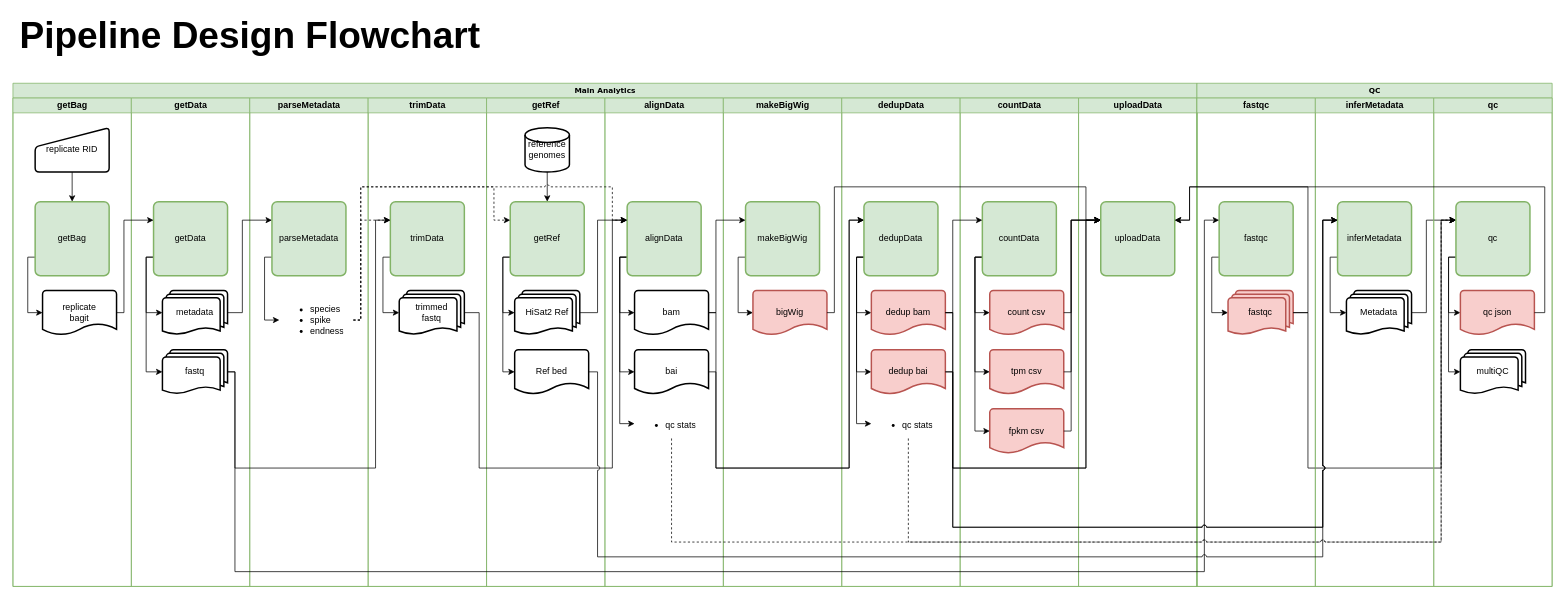
Before: docs/RNA-Seq Pipeline Design Flowchart.drawio in GHAStVHenry/GUDMAP-RBK.rna-seq, a draw.io diagram. Source tidied: cells renumbered, new cells numbered last; positions are measured from the earlier drawing's top-left corner, leaving out a move shared by most shapes. Both pictures are drawn from the tidied source at 74%, with x=0, y=0 at pixel (13, 24).
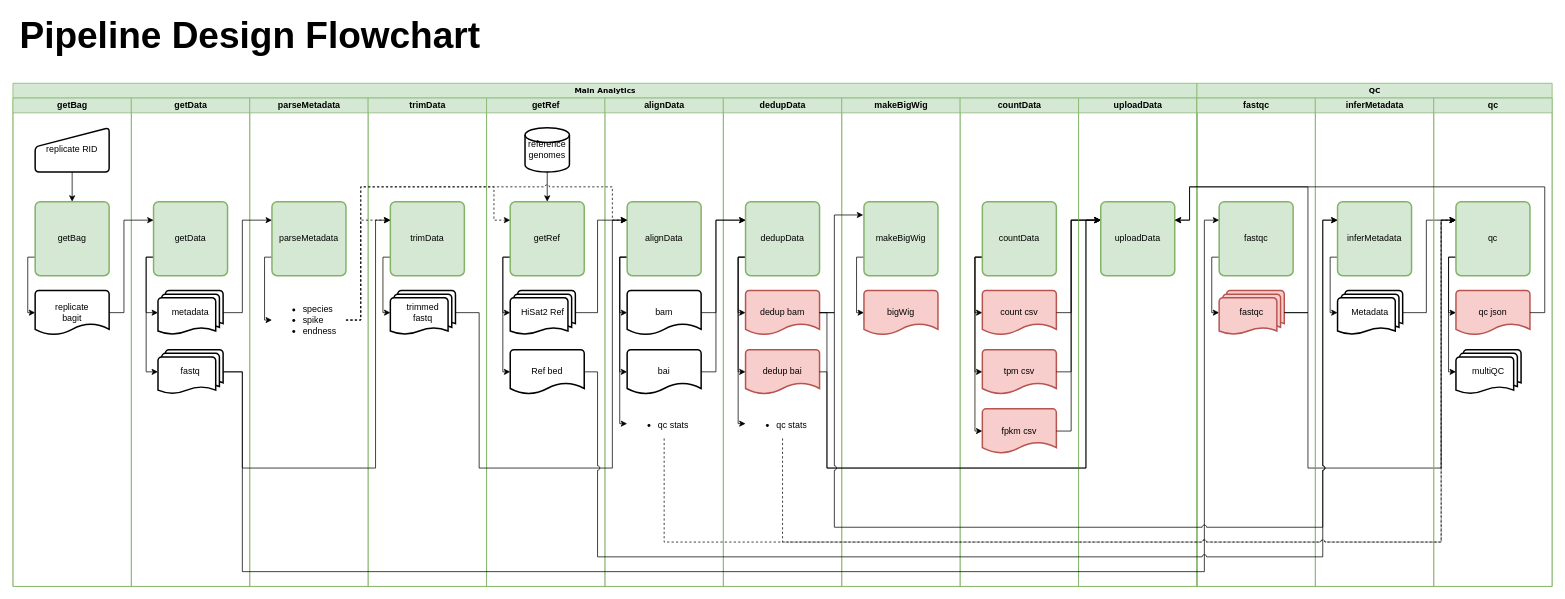
The same diagram, later.

The change refers to these unchanged cells:
```xml
<mxCell id="2" value="&lt;font style=&quot;font-size: 10px&quot;&gt;Main Analytics&lt;/font&gt;" style="swimlane;html=1;startSize=20;rounded=0;shadow=0;labelBackgroundColor=none;strokeWidth=1;fontFamily=Verdana;fontSize=8;align=center;fillColor=#d5e8d4;strokeColor=#82b366;" parent="1" vertex="1">
  <mxGeometry y="80" width="1600" height="680" as="geometry" />
</mxCell>
<mxCell id="3" value="getBag" style="swimlane;html=1;startSize=20;fillColor=#d5e8d4;strokeColor=#82b366;" parent="2" vertex="1">
  <mxGeometry y="20" width="160" height="660" as="geometry" />
</mxCell>
<mxCell id="9" value="getData" style="swimlane;html=1;startSize=20;fillColor=#d5e8d4;strokeColor=#82b366;" parent="2" vertex="1">
  <mxGeometry x="160" y="20" width="160" height="660" as="geometry" />
</mxCell>
<mxCell id="15" value="parseMetadata" style="swimlane;html=1;startSize=20;fillColor=#d5e8d4;strokeColor=#82b366;" parent="2" vertex="1">
  <mxGeometry x="320" y="20" width="160" height="660" as="geometry" />
</mxCell>
<mxCell id="19" value="trimData" style="swimlane;html=1;startSize=20;fillColor=#d5e8d4;strokeColor=#82b366;" parent="2" vertex="1">
  <mxGeometry x="480" y="20" width="160" height="660" as="geometry" />
</mxCell>
<mxCell id="21" value="trimData" style="rounded=1;whiteSpace=wrap;html=1;absoluteArcSize=1;arcSize=14;strokeWidth=2;fillColor=#d5e8d4;strokeColor=#82b366;" parent="19" vertex="1">
  <mxGeometry x="30" y="140" width="100" height="100" as="geometry" />
</mxCell>
<mxCell id="23" value="getRef" style="swimlane;html=1;startSize=20;fillColor=#d5e8d4;strokeColor=#82b366;" parent="2" vertex="1">
  <mxGeometry x="640" y="20" width="160" height="660" as="geometry" />
</mxCell>
<mxCell id="31" value="alignData" style="swimlane;html=1;startSize=20;fillColor=#d5e8d4;strokeColor=#82b366;" parent="2" vertex="1">
  <mxGeometry x="800" y="20" width="160" height="660" as="geometry" />
</mxCell>
<mxCell id="55" value="dedupData" style="rounded=1;whiteSpace=wrap;html=1;absoluteArcSize=1;arcSize=14;strokeWidth=2;fillColor=#d5e8d4;strokeColor=#82b366;" parent="51" vertex="1">
  <mxGeometry x="30" y="140" width="100" height="100" as="geometry" />
</mxCell>
<mxCell id="59" value="countData" style="swimlane;html=1;startSize=20;fillColor=#d5e8d4;strokeColor=#82b366;" parent="2" vertex="1">
  <mxGeometry x="1280" y="20" width="160" height="660" as="geometry" />
</mxCell>
<mxCell id="63" value="countData" style="rounded=1;whiteSpace=wrap;html=1;absoluteArcSize=1;arcSize=14;strokeWidth=2;fillColor=#d5e8d4;strokeColor=#82b366;" parent="59" vertex="1">
  <mxGeometry x="30" y="140" width="100" height="100" as="geometry" />
</mxCell>
<mxCell id="81" value="fastqc" style="swimlane;html=1;startSize=20;fillColor=#d5e8d4;strokeColor=#82b366;" parent="80" vertex="1">
  <mxGeometry y="20" width="160" height="660" as="geometry" />
</mxCell>
<mxCell id="83" value="fastqc" style="rounded=1;whiteSpace=wrap;html=1;absoluteArcSize=1;arcSize=14;strokeWidth=2;fillColor=#d5e8d4;strokeColor=#82b366;" parent="81" vertex="1">
  <mxGeometry x="30" y="140" width="100" height="100" as="geometry" />
</mxCell>
<mxCell id="87" value="inferMetadata" style="swimlane;html=1;startSize=20;fillColor=#d5e8d4;strokeColor=#82b366;" parent="80" vertex="1">
  <mxGeometry x="160" y="20" width="160" height="660" as="geometry" />
</mxCell>
<mxCell id="89" value="inferMetadata" style="rounded=1;whiteSpace=wrap;html=1;absoluteArcSize=1;arcSize=14;strokeWidth=2;fillColor=#d5e8d4;strokeColor=#82b366;" parent="87" vertex="1">
  <mxGeometry x="30" y="140" width="100" height="100" as="geometry" />
</mxCell>
<mxCell id="91" value="qc" style="swimlane;html=1;startSize=20;fillColor=#d5e8d4;strokeColor=#82b366;" parent="80" vertex="1">
  <mxGeometry x="320" y="20" width="160" height="660" as="geometry" />
</mxCell>
<mxCell id="94" value="qc" style="rounded=1;whiteSpace=wrap;html=1;absoluteArcSize=1;arcSize=14;strokeWidth=2;fillColor=#d5e8d4;strokeColor=#82b366;" parent="91" vertex="1">
  <mxGeometry x="30" y="140" width="100" height="100" as="geometry" />
</mxCell>
```

The edit, as a diff of the source:
```diff
@@
     <mxCell id="8" value="replicate&lt;br&gt;bagit" style="strokeWidth=2;html=1;shape=mxgraph.flowchart.document2;whiteSpace=wrap;size=0.25;" parent="3" vertex="1">
-      <mxGeometry x="40" y="260" width="100" height="60" as="geometry" />
+      <mxGeometry x="30" y="260" width="100" height="60" as="geometry" />
     </mxCell>
@@
     <mxCell id="13" value="fastq" style="strokeWidth=2;html=1;shape=mxgraph.flowchart.multi-document;whiteSpace=wrap;" parent="9" vertex="1">
-      <mxGeometry x="42" y="340" width="88" height="60" as="geometry" />
+      <mxGeometry x="36" y="340" width="88" height="60" as="geometry" />
     </mxCell>
     <mxCell id="14" value="metadata" style="strokeWidth=2;html=1;shape=mxgraph.flowchart.multi-document;whiteSpace=wrap;" parent="9" vertex="1">
-      <mxGeometry x="42" y="260" width="88" height="60" as="geometry" />
+      <mxGeometry x="36" y="260" width="88" height="60" as="geometry" />
     </mxCell>
@@
     <mxCell id="18" value="&lt;ul&gt;&lt;li&gt;species&lt;/li&gt;&lt;li&gt;spike&lt;/li&gt;&lt;li&gt;endness&lt;/li&gt;&lt;/ul&gt;" style="text;strokeColor=none;fillColor=none;html=1;whiteSpace=wrap;verticalAlign=middle;overflow=hidden;" parent="15" vertex="1">
-      <mxGeometry x="40" y="260" width="100" height="80" as="geometry" />
+      <mxGeometry x="30" y="260" width="100" height="80" as="geometry" />
     </mxCell>
@@
     <mxCell id="22" value="trimmed&lt;br&gt;fastq" style="strokeWidth=2;html=1;shape=mxgraph.flowchart.multi-document;whiteSpace=wrap;" parent="19" vertex="1">
-      <mxGeometry x="42" y="260" width="88" height="60" as="geometry" />
+      <mxGeometry x="30" y="260" width="88" height="60" as="geometry" />
     </mxCell>
@@
     <mxCell id="29" value="HiSat2 Ref" style="strokeWidth=2;html=1;shape=mxgraph.flowchart.multi-document;whiteSpace=wrap;" parent="23" vertex="1">
-      <mxGeometry x="38" y="260" width="88" height="60" as="geometry" />
+      <mxGeometry x="32" y="260" width="88" height="60" as="geometry" />
     </mxCell>
     <mxCell id="30" value="Ref bed" style="strokeWidth=2;html=1;shape=mxgraph.flowchart.document2;whiteSpace=wrap;size=0.25;" parent="23" vertex="1">
-      <mxGeometry x="38" y="340" width="100" height="60" as="geometry" />
+      <mxGeometry x="32" y="340" width="100" height="60" as="geometry" />
     </mxCell>
@@
     <mxCell id="36" value="bam" style="strokeWidth=2;html=1;shape=mxgraph.flowchart.document2;whiteSpace=wrap;size=0.25;" parent="31" vertex="1">
-      <mxGeometry x="40" y="260" width="100" height="60" as="geometry" />
+      <mxGeometry x="30" y="260" width="100" height="60" as="geometry" />
     </mxCell>
     <mxCell id="37" value="bai" style="strokeWidth=2;html=1;shape=mxgraph.flowchart.document2;whiteSpace=wrap;size=0.25;" parent="31" vertex="1">
-      <mxGeometry x="40" y="340" width="100" height="60" as="geometry" />
+      <mxGeometry x="30" y="340" width="100" height="60" as="geometry" />
     </mxCell>
     <mxCell id="38" value="&lt;ul&gt;&lt;li&gt;qc stats&lt;/li&gt;&lt;/ul&gt;" style="text;strokeColor=none;fillColor=none;html=1;whiteSpace=wrap;verticalAlign=middle;overflow=hidden;" parent="31" vertex="1">
-      <mxGeometry x="40" y="420" width="100" height="40" as="geometry" />
+      <mxGeometry x="30" y="420" width="100" height="40" as="geometry" />
     </mxCell>
@@
     <mxCell id="41" style="edgeStyle=orthogonalEdgeStyle;rounded=0;jumpStyle=arc;jettySize=auto;html=1;exitX=1;exitY=0.5;exitDx=0;exitDy=0;exitPerimeter=0;entryX=0;entryY=0.25;entryDx=0;entryDy=0;" parent="2" edge="1" source="13" target="21">
       <mxGeometry relative="1" as="geometry">
         <Array as="points">
-          <mxPoint x="300" y="390" />
-          <mxPoint x="300" y="520" />
+          <mxPoint x="310" y="390" />
+          <mxPoint x="310" y="520" />
           <mxPoint x="490" y="520" />
           <mxPoint x="490" y="185" />
         </Array>
       </mxGeometry>
     </mxCell>
@@
-    <mxCell id="47" value="makeBigWig" style="swimlane;html=1;startSize=20;fillColor=#d5e8d4;strokeColor=#82b366;" parent="2" vertex="1">
-      <mxGeometry x="960" y="20" width="160" height="660" as="geometry" />
-    </mxCell>
-    <mxCell id="48" style="edgeStyle=orthogonalEdgeStyle;rounded=0;jumpStyle=arc;jettySize=auto;html=1;exitX=0;exitY=0.75;exitDx=0;exitDy=0;entryX=0;entryY=0.5;entryDx=0;entryDy=0;entryPerimeter=0;strokeColor=#000000;" parent="47" edge="1" source="49" target="50">
-      <mxGeometry relative="1" as="geometry">
-        <Array as="points">
-          <mxPoint x="20" y="215" />
-          <mxPoint x="20" y="290" />
-        </Array>
-      </mxGeometry>
-    </mxCell>
-    <mxCell id="49" value="makeBigWig" style="rounded=1;whiteSpace=wrap;html=1;absoluteArcSize=1;arcSize=14;strokeWidth=2;fillColor=#d5e8d4;strokeColor=#82b366;" parent="47" vertex="1">
-      <mxGeometry x="30" y="140" width="100" height="100" as="geometry" />
-    </mxCell>
-    <mxCell id="50" value="bigWig" style="strokeWidth=2;html=1;shape=mxgraph.flowchart.document2;whiteSpace=wrap;size=0.25;fillColor=#f8cecc;strokeColor=#b85450;" parent="47" vertex="1">
-      <mxGeometry x="40" y="260" width="100" height="60" as="geometry" />
-    </mxCell>
     <mxCell id="51" value="dedupData" style="swimlane;html=1;startSize=20;fillColor=#d5e8d4;strokeColor=#82b366;" parent="2" vertex="1">
-      <mxGeometry x="1120" y="20" width="160" height="660" as="geometry" />
+      <mxGeometry x="960" y="20" width="160" height="660" as="geometry" />
     </mxCell>
@@
     <mxCell id="56" value="dedup bam" style="strokeWidth=2;html=1;shape=mxgraph.flowchart.document2;whiteSpace=wrap;size=0.25;fillColor=#f8cecc;strokeColor=#b85450;" parent="51" vertex="1">
-      <mxGeometry x="40" y="260" width="100" height="60" as="geometry" />
+      <mxGeometry x="30" y="260" width="100" height="60" as="geometry" />
     </mxCell>
     <mxCell id="57" value="&lt;ul&gt;&lt;li&gt;qc stats&lt;/li&gt;&lt;/ul&gt;" style="text;strokeColor=none;fillColor=none;html=1;whiteSpace=wrap;verticalAlign=middle;overflow=hidden;" parent="51" vertex="1">
-      <mxGeometry x="40" y="420" width="100" height="40" as="geometry" />
+      <mxGeometry x="30" y="420" width="100" height="40" as="geometry" />
     </mxCell>
     <mxCell id="58" value="dedup bai" style="strokeWidth=2;html=1;shape=mxgraph.flowchart.document2;whiteSpace=wrap;size=0.25;fillColor=#f8cecc;strokeColor=#b85450;" parent="51" vertex="1">
-      <mxGeometry x="40" y="340" width="100" height="60" as="geometry" />
+      <mxGeometry x="30" y="340" width="100" height="60" as="geometry" />
     </mxCell>
+    <mxCell id="47" value="makeBigWig" style="swimlane;html=1;startSize=20;fillColor=#d5e8d4;strokeColor=#82b366;" parent="2" vertex="1">
+      <mxGeometry x="1120" y="20" width="160" height="660" as="geometry" />
+    </mxCell>
+    <mxCell id="48" style="edgeStyle=orthogonalEdgeStyle;rounded=0;jettySize=auto;html=1;exitX=0;exitY=0.75;exitDx=0;exitDy=0;entryX=0;entryY=0.5;entryDx=0;entryDy=0;entryPerimeter=0;" parent="47" edge="1" source="49" target="50">
+      <mxGeometry relative="1" as="geometry">
+        <Array as="points">
+          <mxPoint x="20" y="215" />
+          <mxPoint x="20" y="290" />
+        </Array>
+      </mxGeometry>
+    </mxCell>
+    <mxCell id="49" value="makeBigWig" style="rounded=1;whiteSpace=wrap;html=1;absoluteArcSize=1;arcSize=14;strokeWidth=2;fillColor=#d5e8d4;strokeColor=#82b366;" parent="47" vertex="1">
+      <mxGeometry x="30" y="140" width="100" height="100" as="geometry" />
+    </mxCell>
+    <mxCell id="50" value="bigWig" style="strokeWidth=2;html=1;shape=mxgraph.flowchart.document2;whiteSpace=wrap;size=0.25;fillColor=#f8cecc;strokeColor=#b85450;" parent="47" vertex="1">
+      <mxGeometry x="30" y="260" width="100" height="60" as="geometry" />
+    </mxCell>
@@
     <mxCell id="64" value="count csv" style="strokeWidth=2;html=1;shape=mxgraph.flowchart.document2;whiteSpace=wrap;size=0.25;fillColor=#f8cecc;strokeColor=#b85450;" parent="59" vertex="1">
-      <mxGeometry x="40" y="260" width="100" height="60" as="geometry" />
+      <mxGeometry x="30" y="260" width="100" height="60" as="geometry" />
     </mxCell>
     <mxCell id="65" value="tpm csv" style="strokeWidth=2;html=1;shape=mxgraph.flowchart.document2;whiteSpace=wrap;size=0.25;fillColor=#f8cecc;strokeColor=#b85450;" parent="59" vertex="1">
-      <mxGeometry x="40" y="340" width="100" height="60" as="geometry" />
+      <mxGeometry x="30" y="340" width="100" height="60" as="geometry" />
     </mxCell>
     <mxCell id="66" value="fpkm csv" style="strokeWidth=2;html=1;shape=mxgraph.flowchart.document2;whiteSpace=wrap;size=0.25;fillColor=#f8cecc;strokeColor=#b85450;" parent="59" vertex="1">
-      <mxGeometry x="40" y="420" width="100" height="60" as="geometry" />
+      <mxGeometry x="30" y="420" width="100" height="60" as="geometry" />
     </mxCell>
-    <mxCell id="67" style="edgeStyle=orthogonalEdgeStyle;rounded=0;jumpStyle=arc;jettySize=auto;html=1;exitX=1;exitY=0.5;exitDx=0;exitDy=0;exitPerimeter=0;entryX=0;entryY=0.25;entryDx=0;entryDy=0;" parent="2" edge="1" source="36" target="55">
-      <mxGeometry relative="1" as="geometry">
-        <Array as="points">
-          <mxPoint x="950" y="310" />
-          <mxPoint x="950" y="520" />
-          <mxPoint x="1130" y="520" />
-          <mxPoint x="1130" y="185" />
-        </Array>
-      </mxGeometry>
-    </mxCell>
-    <mxCell id="68" style="edgeStyle=orthogonalEdgeStyle;rounded=0;jumpStyle=arc;jettySize=auto;html=1;exitX=1;exitY=0.5;exitDx=0;exitDy=0;exitPerimeter=0;entryX=0;entryY=0.25;entryDx=0;entryDy=0;" parent="2" edge="1" source="37" target="55">
-      <mxGeometry relative="1" as="geometry">
-        <Array as="points">
-          <mxPoint x="950" y="390" />
-          <mxPoint x="950" y="520" />
-          <mxPoint x="1130" y="520" />
-          <mxPoint x="1130" y="185" />
-        </Array>
-      </mxGeometry>
-    </mxCell>
-    <mxCell id="69" style="edgeStyle=orthogonalEdgeStyle;rounded=0;jumpStyle=arc;jettySize=auto;html=1;exitX=1;exitY=0.5;exitDx=0;exitDy=0;exitPerimeter=0;entryX=0;entryY=0.25;entryDx=0;entryDy=0;" parent="2" edge="1" source="56" target="63">
-      <mxGeometry relative="1" as="geometry">
-        <Array as="points">
-          <mxPoint x="1270" y="310" />
-          <mxPoint x="1270" y="185" />
-        </Array>
-      </mxGeometry>
-    </mxCell>
-    <mxCell id="70" value="uploadData" style="swimlane;html=1;startSize=20;fillColor=#d5e8d4;strokeColor=#82b366;" parent="2" vertex="1">
-      <mxGeometry x="1440" y="20" width="160" height="660" as="geometry" />
-    </mxCell>
-    <mxCell id="71" value="uploadData" style="rounded=1;whiteSpace=wrap;html=1;absoluteArcSize=1;arcSize=14;strokeWidth=2;fillColor=#d5e8d4;strokeColor=#82b366;" parent="70" vertex="1">
-      <mxGeometry x="30" y="140" width="100" height="100" as="geometry" />
-    </mxCell>
-    <mxCell id="72" style="edgeStyle=orthogonalEdgeStyle;rounded=0;jumpStyle=arc;jettySize=auto;html=1;exitX=1;exitY=0.5;exitDx=0;exitDy=0;exitPerimeter=0;entryX=0;entryY=0.25;entryDx=0;entryDy=0;strokeColor=#000000;" parent="2" edge="1" source="36" target="49">
-      <mxGeometry relative="1" as="geometry">
-        <Array as="points">
-          <mxPoint x="950" y="310" />
-          <mxPoint x="950" y="185" />
-        </Array>
-      </mxGeometry>
-    </mxCell>
@@
+    <mxCell id="77" style="edgeStyle=orthogonalEdgeStyle;rounded=0;jumpStyle=arc;jettySize=auto;html=1;exitX=1;exitY=0.5;exitDx=0;exitDy=0;exitPerimeter=0;entryX=0;entryY=0.25;entryDx=0;entryDy=0;strokeColor=#000000;" parent="2" edge="1" source="58" target="71">
+      <mxGeometry relative="1" as="geometry">
+        <Array as="points">
+          <mxPoint x="1100" y="390" />
+          <mxPoint x="1100" y="520" />
+          <mxPoint x="1450" y="520" />
+          <mxPoint x="1450" y="185" />
+        </Array>
+      </mxGeometry>
+    </mxCell>
+    <mxCell id="70" value="uploadData" style="swimlane;html=1;startSize=20;fillColor=#d5e8d4;strokeColor=#82b366;" parent="2" vertex="1">
+      <mxGeometry x="1440" y="20" width="160" height="660" as="geometry" />
+    </mxCell>
+    <mxCell id="71" value="uploadData" style="rounded=1;whiteSpace=wrap;html=1;absoluteArcSize=1;arcSize=14;strokeWidth=2;fillColor=#d5e8d4;strokeColor=#82b366;" parent="70" vertex="1">
+      <mxGeometry x="30" y="140" width="100" height="100" as="geometry" />
+    </mxCell>
+    <mxCell id="105" style="edgeStyle=orthogonalEdgeStyle;rounded=0;jettySize=auto;html=1;exitX=1;exitY=0.5;exitDx=0;exitDy=0;exitPerimeter=0;entryX=-0.01;entryY=0.18;entryDx=0;entryDy=0;entryPerimeter=0;" parent="2" edge="1" source="56" target="49">
+      <mxGeometry relative="1" as="geometry">
+        <Array as="points">
+          <mxPoint x="1110" y="310" />
+          <mxPoint x="1110" y="178" />
+        </Array>
+      </mxGeometry>
+    </mxCell>
+    <mxCell id="67" style="edgeStyle=orthogonalEdgeStyle;rounded=0;jettySize=auto;html=1;exitX=1;exitY=0.5;exitDx=0;exitDy=0;exitPerimeter=0;entryX=0;entryY=0.25;entryDx=0;entryDy=0;" parent="2" edge="1" source="36" target="55">
+      <mxGeometry relative="1" as="geometry">
+        <Array as="points">
+          <mxPoint x="950" y="310" />
+          <mxPoint x="950" y="185" />
+        </Array>
+      </mxGeometry>
+    </mxCell>
+    <mxCell id="68" style="edgeStyle=orthogonalEdgeStyle;rounded=0;jettySize=auto;html=1;exitX=1;exitY=0.5;exitDx=0;exitDy=0;exitPerimeter=0;entryX=0;entryY=0.25;entryDx=0;entryDy=0;" parent="2" edge="1" source="37" target="55">
+      <mxGeometry relative="1" as="geometry">
+        <Array as="points">
+          <mxPoint x="950" y="390" />
+          <mxPoint x="950" y="185" />
+        </Array>
+      </mxGeometry>
+    </mxCell>
-    <mxCell id="76" style="edgeStyle=orthogonalEdgeStyle;rounded=0;jumpStyle=arc;jettySize=auto;html=1;exitX=1;exitY=0.5;exitDx=0;exitDy=0;exitPerimeter=0;entryX=0;entryY=0.25;entryDx=0;entryDy=0;strokeColor=#000000;" parent="2" edge="1" source="56" target="71">
+    <mxCell id="76" style="edgeStyle=orthogonalEdgeStyle;rounded=0;jettySize=auto;html=1;exitX=1;exitY=0.5;exitDx=0;exitDy=0;exitPerimeter=0;entryX=0;entryY=0.25;entryDx=0;entryDy=0;" parent="2" edge="1" source="56" target="71">
       <mxGeometry relative="1" as="geometry">
         <Array as="points">
-          <mxPoint x="1270" y="310" />
-          <mxPoint x="1270" y="520" />
+          <mxPoint x="1100" y="310" />
+          <mxPoint x="1100" y="520" />
           <mxPoint x="1450" y="520" />
           <mxPoint x="1450" y="185" />
         </Array>
       </mxGeometry>
     </mxCell>
-    <mxCell id="77" style="edgeStyle=orthogonalEdgeStyle;rounded=0;jumpStyle=arc;jettySize=auto;html=1;exitX=1;exitY=0.5;exitDx=0;exitDy=0;exitPerimeter=0;entryX=0;entryY=0.25;entryDx=0;entryDy=0;strokeColor=#000000;" parent="2" edge="1" source="58" target="71">
-      <mxGeometry relative="1" as="geometry">
-        <Array as="points">
-          <mxPoint x="1270" y="390" />
-          <mxPoint x="1270" y="520" />
-          <mxPoint x="1450" y="520" />
-          <mxPoint x="1450" y="185" />
-        </Array>
-      </mxGeometry>
-    </mxCell>
-    <mxCell id="78" style="edgeStyle=orthogonalEdgeStyle;rounded=0;jumpStyle=arc;jettySize=auto;html=1;exitX=1;exitY=0.5;exitDx=0;exitDy=0;exitPerimeter=0;entryX=0;entryY=0.25;entryDx=0;entryDy=0;strokeColor=#000000;" parent="2" edge="1" source="50" target="71">
-      <mxGeometry relative="1" as="geometry">
-        <Array as="points">
-          <mxPoint x="1110" y="310" />
-          <mxPoint x="1110" y="140" />
-          <mxPoint x="1450" y="140" />
-          <mxPoint x="1450" y="185" />
-        </Array>
-      </mxGeometry>
-    </mxCell>
@@
     <mxCell id="84" value="fastqc" style="strokeWidth=2;html=1;shape=mxgraph.flowchart.multi-document;whiteSpace=wrap;fillColor=#f8cecc;strokeColor=#b85450;" parent="81" vertex="1">
-      <mxGeometry x="42" y="260" width="88" height="60" as="geometry" />
+      <mxGeometry x="30" y="260" width="88" height="60" as="geometry" />
     </mxCell>
@@
     <mxCell id="90" value="Metadata" style="strokeWidth=2;html=1;shape=mxgraph.flowchart.multi-document;whiteSpace=wrap;" parent="87" vertex="1">
-      <mxGeometry x="42" y="260" width="88" height="60" as="geometry" />
+      <mxGeometry x="30" y="260" width="88" height="60" as="geometry" />
     </mxCell>
@@
     <mxCell id="95" value="qc json" style="strokeWidth=2;html=1;shape=mxgraph.flowchart.document2;whiteSpace=wrap;size=0.25;fillColor=#f8cecc;strokeColor=#b85450;" parent="91" vertex="1">
-      <mxGeometry x="36" y="260" width="100" height="60" as="geometry" />
+      <mxGeometry x="30" y="260" width="100" height="60" as="geometry" />
     </mxCell>
     <mxCell id="96" value="multiQC" style="strokeWidth=2;html=1;shape=mxgraph.flowchart.multi-document;whiteSpace=wrap;" parent="91" vertex="1">
-      <mxGeometry x="36" y="340" width="88" height="60" as="geometry" />
+      <mxGeometry x="30" y="340" width="88" height="60" as="geometry" />
     </mxCell>
     <mxCell id="97" style="edgeStyle=orthogonalEdgeStyle;rounded=0;jumpStyle=arc;jettySize=auto;html=1;exitX=1;exitY=0.5;exitDx=0;exitDy=0;exitPerimeter=0;entryX=0;entryY=0.25;entryDx=0;entryDy=0;strokeColor=#000000;" parent="1" edge="1" source="13" target="83">
       <mxGeometry relative="1" as="geometry">
         <Array as="points">
-          <mxPoint x="300" y="470" />
-          <mxPoint x="300" y="740" />
+          <mxPoint x="310" y="470" />
+          <mxPoint x="310" y="740" />
           <mxPoint x="1610" y="740" />
           <mxPoint x="1610" y="265" />
         </Array>
       </mxGeometry>
     </mxCell>
-    <mxCell id="98" style="edgeStyle=orthogonalEdgeStyle;rounded=0;jumpStyle=arc;jettySize=auto;html=1;exitX=1;exitY=0.5;exitDx=0;exitDy=0;exitPerimeter=0;entryX=0;entryY=0.25;entryDx=0;entryDy=0;strokeColor=#000000;" parent="1" edge="1" source="56" target="89">
-      <mxGeometry relative="1" as="geometry">
-        <Array as="points">
-          <mxPoint x="1270" y="390" />
-          <mxPoint x="1270" y="680" />
-          <mxPoint x="1770" y="680" />
-          <mxPoint x="1770" y="265" />
-        </Array>
-      </mxGeometry>
-    </mxCell>
-    <mxCell id="99" style="edgeStyle=orthogonalEdgeStyle;rounded=0;jumpStyle=arc;jettySize=auto;html=1;exitX=1;exitY=0.5;exitDx=0;exitDy=0;exitPerimeter=0;strokeColor=#000000;entryX=0;entryY=0.25;entryDx=0;entryDy=0;" parent="1" edge="1" source="58" target="89">
-      <mxGeometry relative="1" as="geometry">
-        <Array as="points">
-          <mxPoint x="1270" y="470" />
-          <mxPoint x="1270" y="680" />
-          <mxPoint x="1770" y="680" />
-          <mxPoint x="1770" y="265" />
-        </Array>
-      </mxGeometry>
-    </mxCell>
@@
     <mxCell id="101" style="edgeStyle=orthogonalEdgeStyle;rounded=0;jumpStyle=arc;jettySize=auto;html=1;exitX=0.5;exitY=1;exitDx=0;exitDy=0;entryX=0;entryY=0.25;entryDx=0;entryDy=0;strokeColor=#000000;dashed=1;" parent="1" edge="1" source="38" target="94">
       <mxGeometry relative="1" as="geometry">
         <Array as="points">
-          <mxPoint x="890" y="700" />
+          <mxPoint x="880" y="700" />
           <mxPoint x="1930" y="700" />
           <mxPoint x="1930" y="265" />
         </Array>
       </mxGeometry>
     </mxCell>
     <mxCell id="102" style="edgeStyle=orthogonalEdgeStyle;rounded=0;jumpStyle=arc;jettySize=auto;html=1;exitX=0.5;exitY=1;exitDx=0;exitDy=0;dashed=1;strokeColor=#000000;entryX=0;entryY=0.25;entryDx=0;entryDy=0;" parent="1" edge="1" source="57" target="94">
       <mxGeometry relative="1" as="geometry">
         <Array as="points">
-          <mxPoint x="1210" y="700" />
+          <mxPoint x="1040" y="700" />
           <mxPoint x="1930" y="700" />
           <mxPoint x="1930" y="265" />
         </Array>
       </mxGeometry>
     </mxCell>
@@
+    <mxCell id="98" style="edgeStyle=orthogonalEdgeStyle;rounded=0;jettySize=auto;html=1;exitX=1;exitY=0.5;exitDx=0;exitDy=0;exitPerimeter=0;entryX=0;entryY=0.25;entryDx=0;entryDy=0;jumpStyle=arc;" parent="1" edge="1" source="56" target="89">
+      <mxGeometry relative="1" as="geometry">
+        <Array as="points">
+          <mxPoint x="1110" y="390" />
+          <mxPoint x="1110" y="680" />
+          <mxPoint x="1770" y="680" />
+          <mxPoint x="1770" y="265" />
+        </Array>
+      </mxGeometry>
+    </mxCell>
```
